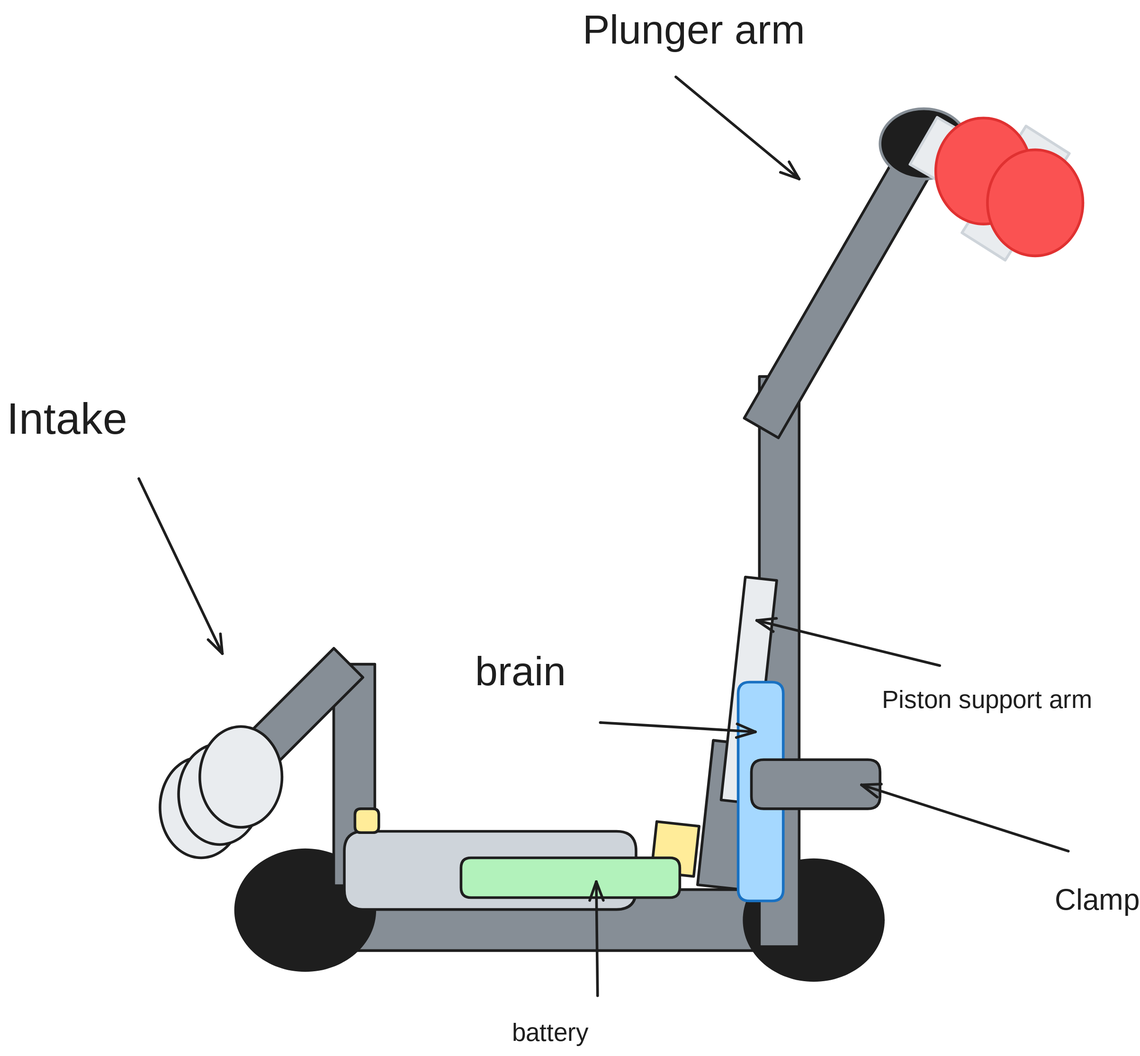
Before: entries/overall-robot/brainstorm/makhi-robot-idea.excalidraw.svg, a diagram exported from Excalidraw (Area-53-Robotics/53D-High-Stakes-Notebook). Source tidied: one line per element, renumbered; positions are measured from the earlier drawing's top-left corner, leaving out a move shared by most shapes.
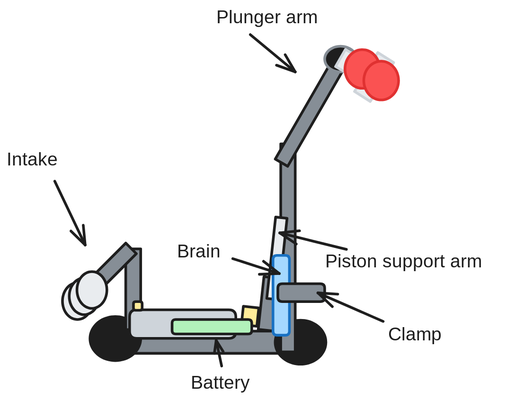
Later version of the same file.

Diff of the diagram source:
```diff
@@ -1,36 +1,36 @@
-{"id": 0, "type": "rectangle", "strokeColor": "#1e1e1e", "backgroundColor": "#868e96", "fillStyle": "solid", "strokeWidth": 4, "roughness": 0, "x": 403, "y": 1332, "width": 860, "height": 92}
+{"id": 0, "type": "rectangle", "strokeColor": "#1e1e1e", "backgroundColor": "#868e96", "fillStyle": "solid", "strokeWidth": 4, "roughness": 0, "x": 1227, "y": 1485, "width": 313, "height": 34}
-{"id": 1, "type": "ellipse", "strokeColor": "#1e1e1e", "backgroundColor": "#1e1e1e", "fillStyle": "solid", "strokeWidth": 4, "roughness": 0, "x": 345, "y": 1272, "width": 210, "height": 182}
+{"id": 1, "type": "ellipse", "strokeColor": "#1e1e1e", "backgroundColor": "#1e1e1e", "fillStyle": "solid", "strokeWidth": 4, "roughness": 0, "x": 1206, "y": 1463, "width": 77, "height": 66}
-{"id": 2, "type": "ellipse", "strokeColor": "#1e1e1e", "backgroundColor": "#1e1e1e", "fillStyle": "solid", "strokeWidth": 4, "roughness": 0, "x": 1112, "y": 1287, "width": 210, "height": 182}
+{"id": 2, "type": "ellipse", "strokeColor": "#1e1e1e", "backgroundColor": "#1e1e1e", "fillStyle": "solid", "strokeWidth": 4, "roughness": 0, "x": 1485, "y": 1469, "width": 77, "height": 66}
-{"id": 3, "type": "rectangle", "strokeColor": "#1e1e1e", "angle": 4.71, "backgroundColor": "#868e96", "fillStyle": "solid", "strokeWidth": 4, "roughness": 0, "x": 735, "y": 958, "width": 860, "height": 60}
+{"id": 3, "type": "rectangle", "strokeColor": "#1e1e1e", "angle": 4.71, "backgroundColor": "#868e96", "fillStyle": "solid", "strokeWidth": 4, "roughness": 0, "x": 1348, "y": 1349, "width": 313, "height": 22}
-{"id": 4, "type": "rectangle", "strokeColor": "#1e1e1e", "angle": 5.24, "backgroundColor": "#868e96", "fillStyle": "solid", "strokeWidth": 4, "roughness": 0, "x": 1010, "y": 384, "width": 513, "height": 59}
+{"id": 4, "type": "rectangle", "strokeColor": "#1e1e1e", "angle": 5.24, "backgroundColor": "#868e96", "fillStyle": "solid", "strokeWidth": 4, "roughness": 0, "x": 1448, "y": 1140, "width": 187, "height": 22}
-{"id": 5, "type": "ellipse", "strokeColor": "#868e96", "backgroundColor": "#1e1e1e", "fillStyle": "solid", "strokeWidth": 4, "roughness": 0, "x": 1317, "y": 154, "width": 132, "height": 106}
+{"id": 5, "type": "ellipse", "strokeColor": "#868e96", "backgroundColor": "#1e1e1e", "fillStyle": "solid", "strokeWidth": 4, "roughness": 0, "x": 1560, "y": 1056, "width": 48, "height": 39}
-{"id": 6, "type": "rectangle", "strokeColor": "#ced4da", "angle": 5.24, "backgroundColor": "#e9ecef", "fillStyle": "solid", "strokeWidth": 4, "roughness": 0, "x": 1429, "y": 152, "width": 82, "height": 201}
+{"id": 6, "type": "rectangle", "strokeColor": "#ced4da", "angle": 5.24, "backgroundColor": "#e9ecef", "fillStyle": "solid", "strokeWidth": 4, "roughness": 0, "x": 1601, "y": 1055, "width": 30, "height": 73}
-{"id": 7, "type": "rectangle", "strokeColor": "#ced4da", "angle": 5.28, "backgroundColor": "#e9ecef", "fillStyle": "solid", "strokeWidth": 4, "roughness": 0, "x": 1531, "y": 184, "width": 52, "height": 77}
+{"id": 7, "type": "rectangle", "strokeColor": "#ced4da", "angle": 5.28, "backgroundColor": "#e9ecef", "fillStyle": "solid", "strokeWidth": 4, "roughness": 0, "x": 1638, "y": 1067, "width": 19, "height": 28}
-{"id": 8, "type": "rectangle", "strokeColor": "#ced4da", "angle": 5.28, "backgroundColor": "#e9ecef", "fillStyle": "solid", "strokeWidth": 4, "roughness": 0, "x": 1461, "y": 301, "width": 52, "height": 77}
+{"id": 8, "type": "rectangle", "strokeColor": "#ced4da", "angle": 5.28, "backgroundColor": "#e9ecef", "fillStyle": "solid", "strokeWidth": 4, "roughness": 0, "x": 1613, "y": 1110, "width": 19, "height": 28}
-{"id": 9, "type": "ellipse", "strokeColor": "#e03131", "backgroundColor": "#fa5252", "fillStyle": "solid", "strokeWidth": 4, "roughness": 0, "x": 1401, "y": 168, "width": 144, "height": 160}
+{"id": 9, "type": "ellipse", "strokeColor": "#e03131", "backgroundColor": "#fa5252", "fillStyle": "solid", "strokeWidth": 4, "roughness": 0, "x": 1591, "y": 1061, "width": 52, "height": 58}
-{"id": 10, "type": "ellipse", "strokeColor": "#e03131", "backgroundColor": "#fa5252", "fillStyle": "solid", "strokeWidth": 4, "roughness": 0, "x": 1479, "y": 216, "width": 144, "height": 160}
+{"id": 10, "type": "ellipse", "strokeColor": "#e03131", "backgroundColor": "#fa5252", "fillStyle": "solid", "strokeWidth": 4, "roughness": 0, "x": 1619, "y": 1078, "width": 52, "height": 58}
-{"id": 11, "type": "rectangle", "strokeColor": "#1e1e1e", "angle": 0.11, "backgroundColor": "#868e96", "fillStyle": "solid", "strokeWidth": 4, "roughness": 0, "x": 1054, "y": 1111, "width": 86, "height": 219}
+{"id": 11, "type": "rectangle", "strokeColor": "#1e1e1e", "angle": 0.11, "backgroundColor": "#868e96", "fillStyle": "solid", "strokeWidth": 4, "roughness": 0, "x": 1464, "y": 1405, "width": 31, "height": 80}
-{"id": 12, "type": "rectangle", "strokeColor": "#1e1e1e", "angle": 0.11, "backgroundColor": "#e9ecef", "fillStyle": "solid", "strokeWidth": 4, "roughness": 0, "x": 1096, "y": 862, "width": 48, "height": 338}
+{"id": 12, "type": "rectangle", "strokeColor": "#1e1e1e", "angle": 0.11, "backgroundColor": "#e9ecef", "fillStyle": "solid", "strokeWidth": 4, "roughness": 0, "x": 1479, "y": 1314, "width": 17, "height": 123}
-{"id": 13, "type": "rectangle", "strokeColor": "#1e1e1e", "angle": 0.11, "backgroundColor": "#ffec99", "fillStyle": "solid", "strokeWidth": 4, "roughness": 0, "x": 976, "y": 1233, "width": 64, "height": 76}
+{"id": 13, "type": "rectangle", "strokeColor": "#1e1e1e", "angle": 0.11, "backgroundColor": "#ffec99", "fillStyle": "solid", "strokeWidth": 4, "roughness": 0, "x": 1436, "y": 1449, "width": 23, "height": 28}
-{"id": 14, "type": "rectangle", "strokeColor": "#1e1e1e", "backgroundColor": "#868e96", "fillStyle": "solid", "strokeWidth": 4, "roughness": 0, "x": 493, "y": 992, "width": 62, "height": 334}
+{"id": 14, "type": "rectangle", "strokeColor": "#1e1e1e", "backgroundColor": "#868e96", "fillStyle": "solid", "strokeWidth": 4, "roughness": 0, "x": 1260, "y": 1361, "width": 23, "height": 122}
-{"id": 15, "type": "rectangle", "strokeColor": "#1e1e1e", "angle": 0.79, "backgroundColor": "#868e96", "fillStyle": "solid", "strokeWidth": 4, "roughness": 0, "x": 366, "y": 941, "width": 62, "height": 334}
+{"id": 15, "type": "rectangle", "strokeColor": "#1e1e1e", "angle": 0.79, "backgroundColor": "#868e96", "fillStyle": "solid", "strokeWidth": 4, "roughness": 0, "x": 1214, "y": 1343, "width": 23, "height": 122}
-{"id": 16, "type": "ellipse", "strokeColor": "#1e1e1e", "backgroundColor": "#e9ecef", "fillStyle": "solid", "strokeWidth": 4, "roughness": 0, "x": 231, "y": 1132, "width": 124, "height": 152}
+{"id": 16, "type": "ellipse", "strokeColor": "#1e1e1e", "backgroundColor": "#e9ecef", "fillStyle": "solid", "strokeWidth": 4, "roughness": 0, "x": 1164, "y": 1412, "width": 45, "height": 55}
-{"id": 17, "type": "ellipse", "strokeColor": "#1e1e1e", "backgroundColor": "#e9ecef", "fillStyle": "solid", "strokeWidth": 4, "roughness": 0, "x": 259, "y": 1112, "width": 124, "height": 152}
+{"id": 17, "type": "ellipse", "strokeColor": "#1e1e1e", "backgroundColor": "#e9ecef", "fillStyle": "solid", "strokeWidth": 4, "roughness": 0, "x": 1175, "y": 1405, "width": 45, "height": 55}
-{"id": 18, "type": "ellipse", "strokeColor": "#1e1e1e", "backgroundColor": "#e9ecef", "fillStyle": "solid", "strokeWidth": 4, "roughness": 0, "x": 291, "y": 1086, "width": 124, "height": 152}
+{"id": 18, "type": "ellipse", "strokeColor": "#1e1e1e", "backgroundColor": "#e9ecef", "fillStyle": "solid", "strokeWidth": 4, "roughness": 0, "x": 1186, "y": 1396, "width": 45, "height": 55}
-{"id": 19, "type": "rectangle", "strokeColor": "#1e1e1e", "backgroundColor": "#ced4da", "fillStyle": "solid", "strokeWidth": 4, "roughness": 0, "round": true, "x": 509, "y": 1244, "width": 440, "height": 118}
+{"id": 19, "type": "rectangle", "strokeColor": "#1e1e1e", "backgroundColor": "#ced4da", "fillStyle": "solid", "strokeWidth": 4, "roughness": 0, "round": true, "x": 1266, "y": 1453, "width": 160, "height": 43}
-{"id": 20, "type": "rectangle", "strokeColor": "#1e1e1e", "backgroundColor": "#ffec99", "fillStyle": "solid", "strokeWidth": 4, "roughness": 0, "round": true, "x": 525, "y": 1210, "width": 36, "height": 36}
+{"id": 20, "type": "rectangle", "strokeColor": "#1e1e1e", "backgroundColor": "#ffec99", "fillStyle": "solid", "strokeWidth": 4, "roughness": 0, "round": true, "x": 1271, "y": 1441, "width": 13, "height": 13}
-{"id": 21, "type": "rectangle", "strokeColor": "#1e1e1e", "backgroundColor": "#b2f2bb", "fillStyle": "solid", "strokeWidth": 4, "roughness": 0, "round": true, "x": 685, "y": 1284, "width": 330, "height": 60}
+{"id": 21, "type": "rectangle", "strokeColor": "#1e1e1e", "backgroundColor": "#b2f2bb", "fillStyle": "solid", "strokeWidth": 4, "roughness": 0, "round": true, "x": 1330, "y": 1468, "width": 120, "height": 22}
-{"id": 22, "type": "rectangle", "strokeColor": "#1971c2", "angle": 4.71, "backgroundColor": "#a5d8ff", "fillStyle": "solid", "strokeWidth": 4, "roughness": 0, "round": true, "x": 972, "y": 1150, "width": 330, "height": 68}
+{"id": 22, "type": "rectangle", "strokeColor": "#1971c2", "angle": 4.71, "backgroundColor": "#a5d8ff", "fillStyle": "solid", "strokeWidth": 4, "roughness": 0, "round": true, "x": 1434, "y": 1419, "width": 120, "height": 25}
-{"id": 23, "type": "rectangle", "strokeColor": "#1e1e1e", "backgroundColor": "#868e96", "fillStyle": "solid", "strokeWidth": 4, "roughness": 0, "round": true, "x": 1123, "y": 1136, "width": 194, "height": 74}
+{"id": 23, "type": "rectangle", "strokeColor": "#1e1e1e", "backgroundColor": "#868e96", "fillStyle": "solid", "strokeWidth": 4, "roughness": 0, "round": true, "x": 1489, "y": 1414, "width": 71, "height": 27}
-{"id": 24, "type": "arrow", "strokeColor": "#1e1e1e", "backgroundColor": "#868e96", "fillStyle": "solid", "strokeWidth": 4, "roughness": 0, "endArrowhead": "arrow", "round": true, "x": 199, "y": 712, "width": 126, "height": 264, "points": [[0, 0], [126, 264]]}
+{"id": 24, "type": "arrow", "strokeColor": "#1e1e1e", "backgroundColor": "#868e96", "fillStyle": "solid", "strokeWidth": 4, "roughness": 0, "endArrowhead": "arrow", "round": true, "x": 1153, "y": 1259, "width": 46, "height": 96, "points": [[0, 0], [46, 96]]}
-{"id": 25, "type": "text", "text": "Intake ", "strokeColor": "#1e1e1e", "backgroundColor": "#868e96", "fillStyle": "solid", "strokeWidth": 4, "roughness": 0, "fontSize": 66.4, "fontFamily": 1, "x": 0, "y": 584, "width": 251, "height": 83}
+{"id": 25, "type": "text", "text": "Intake ", "strokeColor": "#1e1e1e", "backgroundColor": "#868e96", "fillStyle": "solid", "strokeWidth": 4, "roughness": 0, "fontSize": 28, "fontFamily": 1, "x": 1080, "y": 1210, "width": 106, "height": 35}
-{"id": 26, "type": "arrow", "strokeColor": "#1e1e1e", "backgroundColor": "#868e96", "fillStyle": "solid", "strokeWidth": 4, "roughness": 0, "endArrowhead": "arrow", "round": true, "x": 1009, "y": 106, "width": 186, "height": 154, "points": [[0, 0], [186, 154]]}
+{"id": 26, "type": "arrow", "strokeColor": "#1e1e1e", "backgroundColor": "#868e96", "fillStyle": "solid", "strokeWidth": 4, "roughness": 0, "endArrowhead": "arrow", "round": true, "from": 27, "x": 1448, "y": 1038, "width": 68, "height": 56, "points": [[0, 0], [68, 56]]}
-{"id": 27, "type": "text", "text": "Plunger arm", "strokeColor": "#1e1e1e", "backgroundColor": "#868e96", "fillStyle": "solid", "strokeWidth": 4, "roughness": 0, "fontSize": 61.6, "fontFamily": 1, "x": 869, "y": 0, "width": 349, "height": 77}
+{"id": 27, "type": "text", "text": "Plunger arm", "strokeColor": "#1e1e1e", "backgroundColor": "#868e96", "fillStyle": "solid", "strokeWidth": 4, "roughness": 0, "fontSize": 28, "fontFamily": 1, "x": 1397, "y": 996, "width": 159, "height": 35}
-{"id": 28, "type": "arrow", "strokeColor": "#1e1e1e", "backgroundColor": "#868e96", "fillStyle": "solid", "strokeWidth": 4, "roughness": 0, "endArrowhead": "arrow", "round": true, "to": 3, "x": 1407, "y": 994, "width": 276, "height": 68, "points": [[0, 0], [-276, -68]]}
+{"id": 28, "type": "arrow", "strokeColor": "#1e1e1e", "backgroundColor": "#868e96", "fillStyle": "solid", "strokeWidth": 4, "roughness": 0, "endArrowhead": "arrow", "round": true, "from": 29, "to": 3, "x": 1593, "y": 1362, "width": 101, "height": 25, "points": [[0, 0], [-101, -25]]}
-{"id": 29, "type": "text", "text": "Piston support arm", "strokeColor": "#1e1e1e", "backgroundColor": "#868e96", "fillStyle": "solid", "strokeWidth": 4, "roughness": 0, "fontSize": 37.6, "fontFamily": 1, "x": 1320, "y": 1024, "width": 353, "height": 47}
+{"id": 29, "type": "text", "text": "Piston support arm", "strokeColor": "#1e1e1e", "backgroundColor": "#868e96", "fillStyle": "solid", "strokeWidth": 4, "roughness": 0, "fontSize": 28, "fontFamily": 1, "x": 1561, "y": 1364, "width": 263, "height": 35}
-{"id": 30, "type": "arrow", "strokeColor": "#1e1e1e", "backgroundColor": "#868e96", "fillStyle": "solid", "strokeWidth": 4, "roughness": 0, "endArrowhead": "arrow", "round": true, "x": 1601, "y": 1274, "width": 312, "height": 100, "points": [[0, 0], [-312, -100]]}
+{"id": 30, "type": "arrow", "strokeColor": "#1e1e1e", "backgroundColor": "#868e96", "fillStyle": "solid", "strokeWidth": 4, "roughness": 0, "endArrowhead": "arrow", "round": true, "from": 31, "x": 1648, "y": 1471, "width": 99, "height": 43, "points": [[0, 0], [-99, -43]]}
-{"id": 31, "type": "text", "text": "Clamp", "strokeColor": "#1e1e1e", "backgroundColor": "#868e96", "fillStyle": "solid", "strokeWidth": 4, "roughness": 0, "fontSize": 44.0, "fontFamily": 1, "x": 1581, "y": 1322, "width": 119, "height": 55}
+{"id": 31, "type": "text", "text": "Clamp", "strokeColor": "#1e1e1e", "backgroundColor": "#868e96", "fillStyle": "solid", "strokeWidth": 4, "roughness": 0, "fontSize": 28, "fontFamily": 1, "x": 1656, "y": 1474, "width": 76, "height": 35}
-{"id": 32, "type": "arrow", "strokeColor": "#1e1e1e", "backgroundColor": "#868e96", "fillStyle": "solid", "strokeWidth": 4, "roughness": 0, "endArrowhead": "arrow", "round": true, "to": 12, "x": 895, "y": 1080, "width": 234, "height": 14, "points": [[0, 0], [234, 14]]}
+{"id": 32, "type": "arrow", "strokeColor": "#1e1e1e", "backgroundColor": "#868e96", "fillStyle": "solid", "strokeWidth": 4, "roughness": 0, "endArrowhead": "arrow", "round": true, "from": 33, "to": 23, "x": 1421, "y": 1376, "width": 70, "height": 22, "points": [[0, 0], [70, 22]]}
-{"id": 33, "type": "text", "text": "brain", "strokeColor": "#1e1e1e", "backgroundColor": "#868e96", "fillStyle": "solid", "strokeWidth": 4, "roughness": 0, "fontSize": 61.6, "fontFamily": 1, "x": 707, "y": 968, "width": 141, "height": 77}
+{"id": 33, "type": "text", "text": "Brain", "strokeColor": "#1e1e1e", "backgroundColor": "#868e96", "fillStyle": "solid", "strokeWidth": 4, "roughness": 0, "fontSize": 28, "fontFamily": 1, "x": 1338, "y": 1349, "width": 70, "height": 35}
-{"id": 34, "type": "text", "text": "battery", "strokeColor": "#1e1e1e", "backgroundColor": "#868e96", "fillStyle": "solid", "strokeWidth": 4, "roughness": 0, "fontSize": 37.6, "fontFamily": 1, "x": 762, "y": 1526, "width": 141, "height": 47}
+{"id": 34, "type": "text", "text": "Battery", "strokeColor": "#1e1e1e", "backgroundColor": "#868e96", "fillStyle": "solid", "strokeWidth": 4, "roughness": 0, "fontSize": 28, "fontFamily": 1, "x": 1358, "y": 1547, "width": 111, "height": 35}
-{"id": 35, "type": "arrow", "strokeColor": "#1e1e1e", "backgroundColor": "#868e96", "fillStyle": "solid", "strokeWidth": 4, "roughness": 0, "endArrowhead": "arrow", "round": true, "to": 0, "x": 891, "y": 1492, "width": 2, "height": 172, "points": [[0, 0], [-2, -172]]}
+{"id": 35, "type": "arrow", "strokeColor": "#1e1e1e", "backgroundColor": "#868e96", "fillStyle": "solid", "strokeWidth": 4, "roughness": 0, "endArrowhead": "arrow", "round": true, "from": 34, "to": 21, "x": 1405, "y": 1538, "width": 8, "height": 39, "points": [[0, 0], [-8, -39]]}
```
